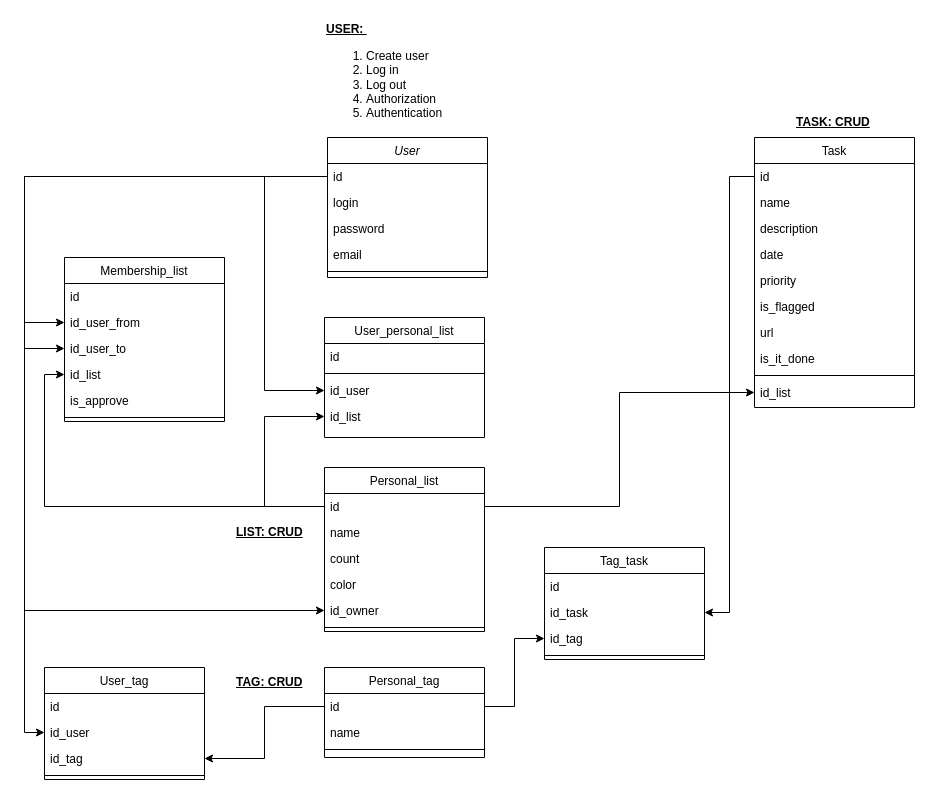
azzimandias/tasker-laravel-api keeps this draw.io diagram as laravel-api.drawio. Above is the earlier version. Source tidied: cells renumbered, new cells numbered last; positions are measured from the earlier drawing's top-left corner, leaving out a move shared by most shapes. Both pictures are drawn from the tidied source at 100%, with x=0, y=0 at pixel (24, 17).
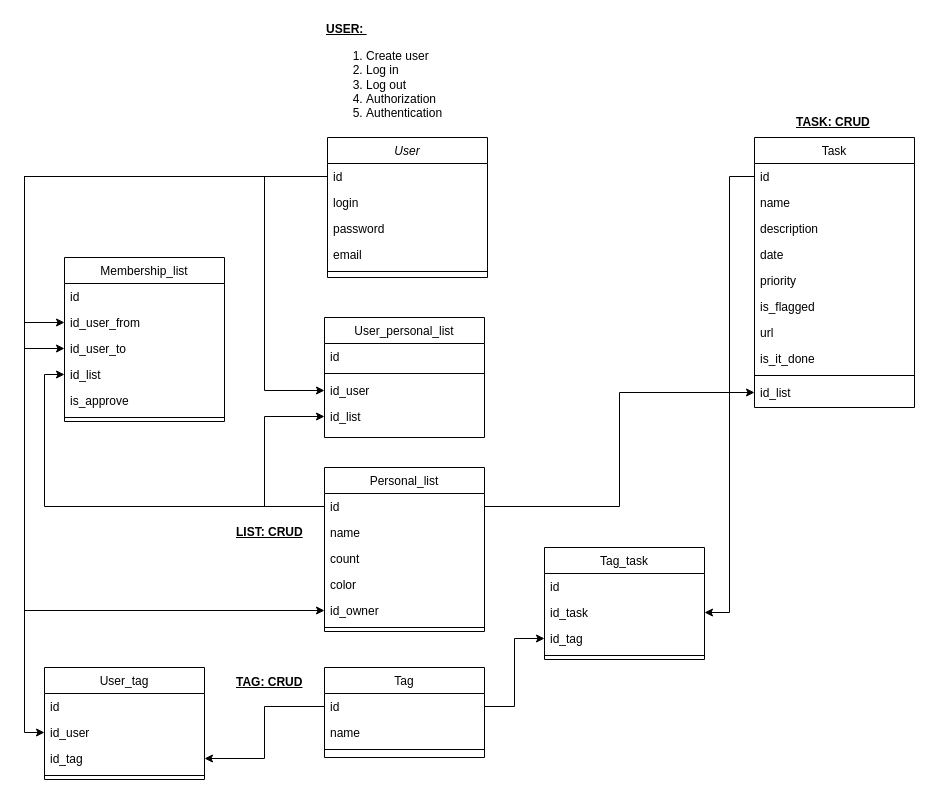
Above is the later version.

Diff of the diagram source:
```diff
@@
-    <mxCell id="8" value="Personal_tag" style="swimlane;fontStyle=0;align=center;verticalAlign=top;horizontal=1;startSize=26;rounded=0;shadow=0;strokeWidth=1;" parent="1" vertex="1">
+    <mxCell id="8" value="Tag" style="swimlane;fontStyle=0;align=center;verticalAlign=top;horizontal=1;startSize=26;rounded=0;shadow=0;strokeWidth=1;" parent="1" vertex="1">
       <mxGeometry x="300" y="650" width="160" height="90" as="geometry" />
     </mxCell>
```
